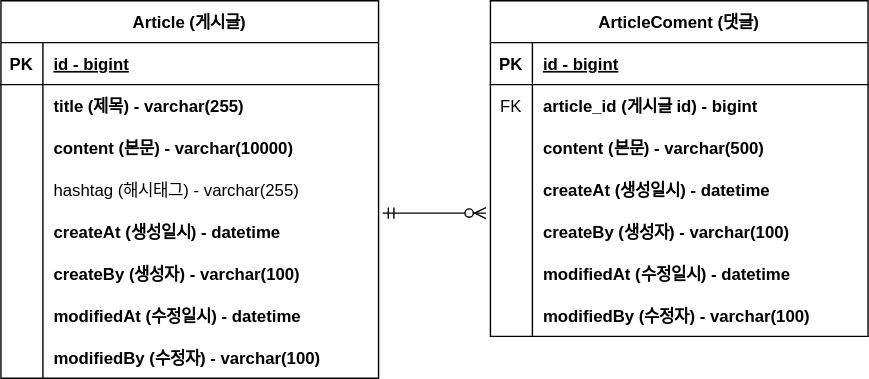
zeesouth/board keeps this draw.io diagram as document/project-board-erd.svg. Above is the earlier version. Source tidied: cells renumbered, new cells last; positions are measured from the earlier drawing's top-left corner, leaving out a move shared by most shapes.
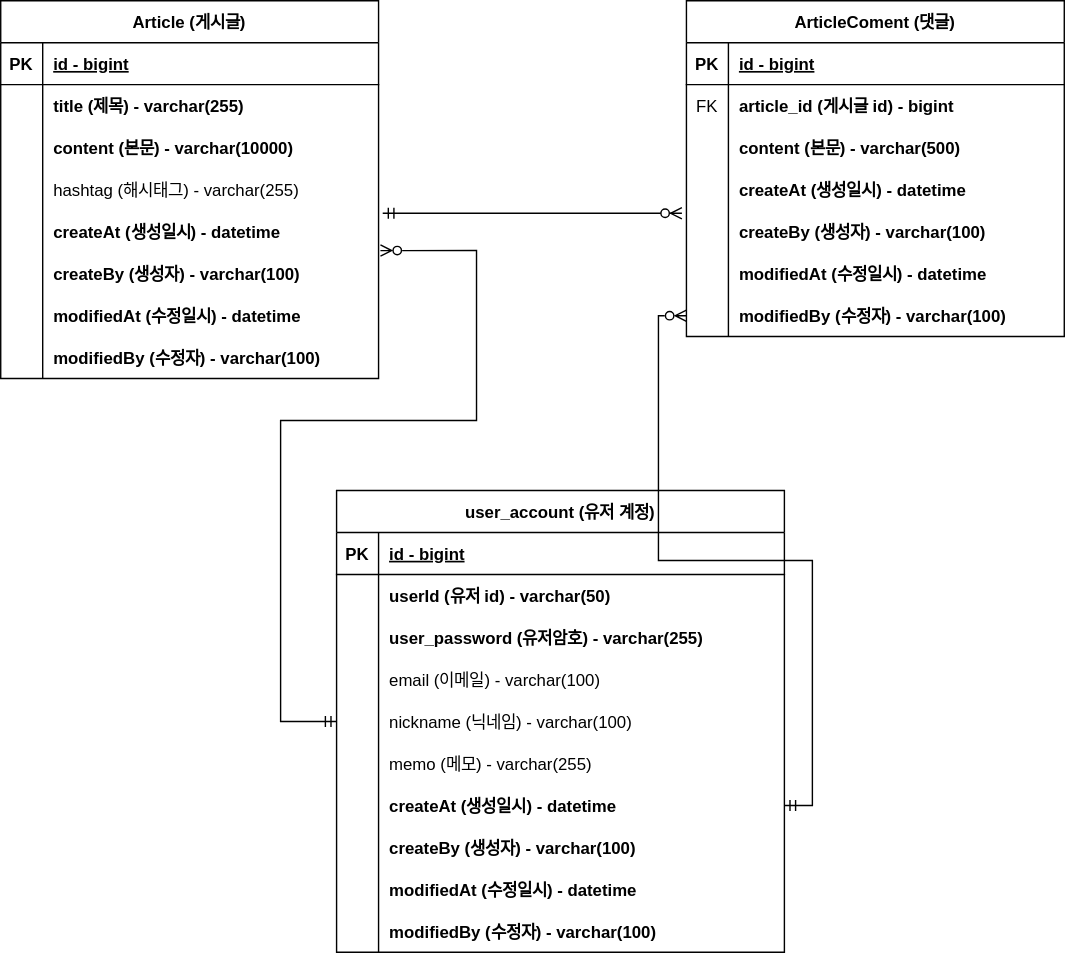
The same file after the commit.

Commit message:
#20 도메인 수정 - 회원 계정과 게시글, 댓글 관계 연결 : project-board-erd.svg 업데이트

Diff of the diagram source:
```diff
@@ -3,7 +3,7 @@
     <mxCell id="0" />
     <mxCell id="1" parent="0" />
     <mxCell id="2" value="Article (게시글)" style="shape=table;startSize=30;rowLines=0;fontStyle=1;align=center;" parent="1" vertex="1">
-      <mxGeometry width="270" height="270" as="geometry" />
+      <mxGeometry x="-50" width="270" height="270" as="geometry" />
     </mxCell>
     <mxCell id="3" style="shape=partialRectangle;fillColor=none;top=0;left=0;right=0;bottom=1;" parent="2" vertex="1">
       <mxGeometry y="30" width="270" height="30" as="geometry" />
@@ -78,7 +78,7 @@
       <mxGeometry x="30" width="240" height="30" as="geometry" />
     </mxCell>
     <mxCell id="27" value="ArticleComent (댓글)" style="shape=table;startSize=30;rowLines=0;fontStyle=1;align=center;" parent="1" vertex="1">
-      <mxGeometry x="350" width="270" height="240" as="geometry" />
+      <mxGeometry x="440" width="270" height="240" as="geometry" />
     </mxCell>
     <mxCell id="28" style="shape=partialRectangle;fillColor=none;top=0;left=0;right=0;bottom=1;" parent="27" vertex="1">
       <mxGeometry y="30" width="270" height="30" as="geometry" />
@@ -146,5 +146,111 @@
     <mxCell id="49" style="edgeStyle=entityRelationEdgeStyle;fontSize=12;html=1;endArrow=ERzeroToMany;startArrow=ERmandOne;rounded=0;exitX=1.011;exitY=1.063;exitDx=0;exitDy=0;exitPerimeter=0;entryX=-0.012;entryY=0.063;entryDx=0;entryDy=0;entryPerimeter=0;" parent="1" edge="1" source="12" target="40">
       <mxGeometry relative="1" as="geometry" />
     </mxCell>
+    <mxCell id="50" style="edgeStyle=orthogonalEdgeStyle;rounded=0;jettySize=auto;html=1;entryX=1.005;entryY=-0.048;entryDx=0;entryDy=0;entryPerimeter=0;endArrow=ERzeroToMany;endFill=0;startArrow=ERmandOne;startFill=0;" parent="1" edge="1" source="51" target="18">
+      <mxGeometry relative="1" as="geometry">
+        <Array as="points">
+          <mxPoint x="150" y="515" />
+          <mxPoint x="150" y="300" />
+          <mxPoint x="290" y="300" />
+          <mxPoint x="290" y="179" />
+        </Array>
+      </mxGeometry>
+    </mxCell>
+    <mxCell id="51" value="user_account (유저 계정)" style="shape=table;startSize=30;rowLines=0;fontStyle=1;align=center;" parent="1" vertex="1">
+      <mxGeometry x="190" y="350" width="320" height="330" as="geometry" />
+    </mxCell>
+    <mxCell id="52" style="shape=partialRectangle;fillColor=none;top=0;left=0;right=0;bottom=1;" parent="51" vertex="1">
+      <mxGeometry y="30" width="320" height="30" as="geometry" />
+    </mxCell>
+    <mxCell id="53" value="PK" style="shape=partialRectangle;overflow=hidden;fillColor=none;top=0;left=0;bottom=0;right=0;fontStyle=1;" parent="52" vertex="1">
+      <mxGeometry width="30" height="30" as="geometry" />
+    </mxCell>
+    <mxCell id="54" value="id - bigint" style="shape=partialRectangle;overflow=hidden;fillColor=none;top=0;left=0;bottom=0;right=0;align=left;spacingLeft=6;fontStyle=5;" parent="52" vertex="1">
+      <mxGeometry x="30" width="290" height="30" as="geometry" />
+    </mxCell>
+    <mxCell id="55" style="shape=partialRectangle;fillColor=none;top=0;left=0;right=0;bottom=0;" parent="51" vertex="1">
+      <mxGeometry y="60" width="320" height="30" as="geometry" />
+    </mxCell>
+    <mxCell id="56" style="shape=partialRectangle;overflow=hidden;fillColor=none;top=0;left=0;bottom=0;right=0;" parent="55" vertex="1">
+      <mxGeometry width="30" height="30" as="geometry" />
+    </mxCell>
+    <mxCell id="57" value="userId (유저 id) - varchar(50)" style="shape=partialRectangle;overflow=hidden;fillColor=none;top=0;left=0;bottom=0;right=0;align=left;spacingLeft=6;fontStyle=1;" parent="55" vertex="1">
+      <mxGeometry x="30" width="290" height="30" as="geometry" />
+    </mxCell>
+    <mxCell id="58" style="shape=partialRectangle;fillColor=none;top=0;left=0;right=0;bottom=0;" parent="51" vertex="1">
+      <mxGeometry y="90" width="320" height="30" as="geometry" />
+    </mxCell>
+    <mxCell id="59" style="shape=partialRectangle;overflow=hidden;fillColor=none;top=0;left=0;bottom=0;right=0;" parent="58" vertex="1">
+      <mxGeometry width="30" height="30" as="geometry" />
+    </mxCell>
+    <mxCell id="60" value="user_password (유저암호) - varchar(255)" style="shape=partialRectangle;overflow=hidden;fillColor=none;top=0;left=0;bottom=0;right=0;align=left;spacingLeft=6;fontStyle=1;" parent="58" vertex="1">
+      <mxGeometry x="30" width="290" height="30" as="geometry" />
+    </mxCell>
+    <mxCell id="61" style="shape=partialRectangle;fillColor=none;top=0;left=0;right=0;bottom=0;" parent="51" vertex="1">
+      <mxGeometry y="120" width="320" height="30" as="geometry" />
+    </mxCell>
+    <mxCell id="62" style="shape=partialRectangle;overflow=hidden;fillColor=none;top=0;left=0;bottom=0;right=0;" parent="61" vertex="1">
+      <mxGeometry width="30" height="30" as="geometry" />
+    </mxCell>
+    <mxCell id="63" value="email (이메일) - varchar(100)" style="shape=partialRectangle;overflow=hidden;fillColor=none;top=0;left=0;bottom=0;right=0;align=left;spacingLeft=6;fontStyle=0;" parent="61" vertex="1">
+      <mxGeometry x="30" width="290" height="30" as="geometry" />
+    </mxCell>
+    <mxCell id="64" style="shape=partialRectangle;fillColor=none;top=0;left=0;right=0;bottom=0;" parent="51" vertex="1">
+      <mxGeometry y="150" width="320" height="30" as="geometry" />
+    </mxCell>
+    <mxCell id="65" style="shape=partialRectangle;overflow=hidden;fillColor=none;top=0;left=0;bottom=0;right=0;" parent="64" vertex="1">
+      <mxGeometry width="30" height="30" as="geometry" />
+    </mxCell>
+    <mxCell id="66" value="nickname (닉네임) - varchar(100)" style="shape=partialRectangle;overflow=hidden;fillColor=none;top=0;left=0;bottom=0;right=0;align=left;spacingLeft=6;fontStyle=0;" parent="64" vertex="1">
+      <mxGeometry x="30" width="290" height="30" as="geometry" />
+    </mxCell>
+    <mxCell id="67" style="shape=partialRectangle;fillColor=none;top=0;left=0;right=0;bottom=0;" parent="51" vertex="1">
+      <mxGeometry y="180" width="320" height="30" as="geometry" />
+    </mxCell>
+    <mxCell id="68" style="shape=partialRectangle;overflow=hidden;fillColor=none;top=0;left=0;bottom=0;right=0;" parent="67" vertex="1">
+      <mxGeometry width="30" height="30" as="geometry" />
+    </mxCell>
+    <mxCell id="69" value="memo (메모) - varchar(255)" style="shape=partialRectangle;overflow=hidden;fillColor=none;top=0;left=0;bottom=0;right=0;align=left;spacingLeft=6;fontStyle=0;" parent="67" vertex="1">
+      <mxGeometry x="30" width="290" height="30" as="geometry" />
+    </mxCell>
+    <mxCell id="70" style="shape=partialRectangle;fillColor=none;points=[[0,0.5],[1,0.5]];portConstraint=eastwest;top=0;left=0;right=0;bottom=0;" parent="51" vertex="1">
+      <mxGeometry y="210" width="320" height="30" as="geometry" />
+    </mxCell>
+    <mxCell id="71" style="shape=partialRectangle;overflow=hidden;fillColor=none;top=0;left=0;bottom=0;right=0;" parent="70" vertex="1">
+      <mxGeometry width="30" height="30" as="geometry" />
+    </mxCell>
+    <mxCell id="72" value="createAt (생성일시) - datetime" style="shape=partialRectangle;overflow=hidden;fillColor=none;top=0;left=0;bottom=0;right=0;align=left;spacingLeft=6;fontStyle=1;" parent="70" vertex="1">
+      <mxGeometry x="30" width="290" height="30" as="geometry" />
+    </mxCell>
+    <mxCell id="73" style="shape=partialRectangle;fillColor=none;top=0;left=0;right=0;bottom=0;" parent="51" vertex="1">
+      <mxGeometry y="240" width="320" height="30" as="geometry" />
+    </mxCell>
+    <mxCell id="74" style="shape=partialRectangle;overflow=hidden;fillColor=none;top=0;left=0;bottom=0;right=0;" parent="73" vertex="1">
+      <mxGeometry width="30" height="30" as="geometry" />
+    </mxCell>
+    <mxCell id="75" value="createBy (생성자) - varchar(100)" style="shape=partialRectangle;overflow=hidden;fillColor=none;top=0;left=0;bottom=0;right=0;align=left;spacingLeft=6;fontStyle=1;" parent="73" vertex="1">
+      <mxGeometry x="30" width="290" height="30" as="geometry" />
+    </mxCell>
+    <mxCell id="76" style="shape=partialRectangle;fillColor=none;top=0;left=0;right=0;bottom=0;" parent="51" vertex="1">
+      <mxGeometry y="270" width="320" height="30" as="geometry" />
+    </mxCell>
+    <mxCell id="77" style="shape=partialRectangle;overflow=hidden;fillColor=none;top=0;left=0;bottom=0;right=0;" parent="76" vertex="1">
+      <mxGeometry width="30" height="30" as="geometry" />
+    </mxCell>
+    <mxCell id="78" value="modifiedAt (수정일시) - datetime" style="shape=partialRectangle;overflow=hidden;fillColor=none;top=0;left=0;bottom=0;right=0;align=left;spacingLeft=6;fontStyle=1;" parent="76" vertex="1">
+      <mxGeometry x="30" width="290" height="30" as="geometry" />
+    </mxCell>
+    <mxCell id="79" style="shape=partialRectangle;fillColor=none;top=0;left=0;right=0;bottom=0;" parent="51" vertex="1">
+      <mxGeometry y="300" width="320" height="30" as="geometry" />
+    </mxCell>
+    <mxCell id="80" style="shape=partialRectangle;overflow=hidden;fillColor=none;top=0;left=0;bottom=0;right=0;" parent="79" vertex="1">
+      <mxGeometry width="30" height="30" as="geometry" />
+    </mxCell>
+    <mxCell id="81" value="modifiedBy (수정자) - varchar(100)" style="shape=partialRectangle;overflow=hidden;fillColor=none;top=0;left=0;bottom=0;right=0;align=left;spacingLeft=6;fontStyle=1;" parent="79" vertex="1">
+      <mxGeometry x="30" width="290" height="30" as="geometry" />
+    </mxCell>
+    <mxCell id="82" style="edgeStyle=orthogonalEdgeStyle;rounded=0;jettySize=auto;html=1;startArrow=ERmandOne;startFill=0;endArrow=ERzeroToMany;endFill=0;" parent="1" edge="1" source="70" target="46">
+      <mxGeometry relative="1" as="geometry" />
+    </mxCell>
   </root>
 </mxGraphModel>
```
